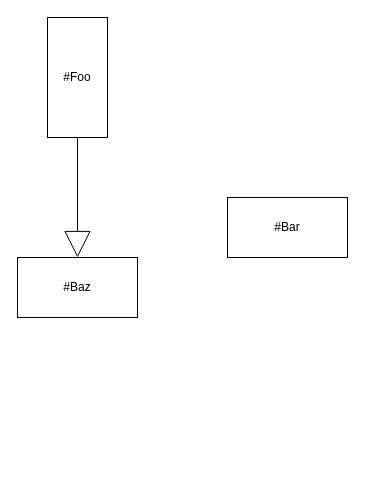
Above: examples/Example.dio in hediet/vscode-drawio (draw.io), before the change. Source tidied: cells renumbered, new cells numbered last; positions are measured from the earlier drawing's top-left corner, leaving out a move shared by most shapes. Both pictures are drawn from the tidied source at 100%, with x=0, y=0 at pixel (17, 17).
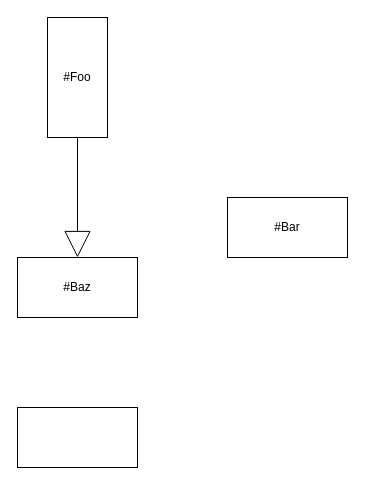
Above is the later version.

Change to the diagram source:
```diff
@@
 <mxGraphModel>
   <root>
     <mxCell id="0" />
     <mxCell id="1" parent="0" />
     <mxCell id="2" value="#Baz" style="whiteSpace=wrap;html=1;" parent="1" vertex="1">
       <mxGeometry y="240" width="120" height="60" as="geometry" />
     </mxCell>
     <mxCell id="3" style="html=1;verticalAlign=bottom;endArrow=block;fontFamily=Helvetica;fontSize=11;fontColor=#000000;align=center;startFill=1;startSize=8;endFill=0;endSize=24;strokeColor=#000000;edgeStyle=orthogonalEdgeStyle;" parent="1" edge="1" source="4" target="2">
       <mxGeometry relative="1" as="geometry" />
     </mxCell>
     <mxCell id="4" value="#Foo" style="whiteSpace=wrap;html=1;direction=south;" parent="1" vertex="1">
       <mxGeometry x="30" width="60" height="120" as="geometry" />
     </mxCell>
     <mxCell id="5" value="#Bar" style="whiteSpace=wrap;html=1;" parent="1" vertex="1">
       <mxGeometry x="210" y="180" width="120" height="60" as="geometry" />
     </mxCell>
+    <mxCell id="6" style="whiteSpace=wrap;html=1;" parent="1" vertex="1">
+      <mxGeometry y="390" width="120" height="60" as="geometry" />
+    </mxCell>
   </root>
 </mxGraphModel>
```
